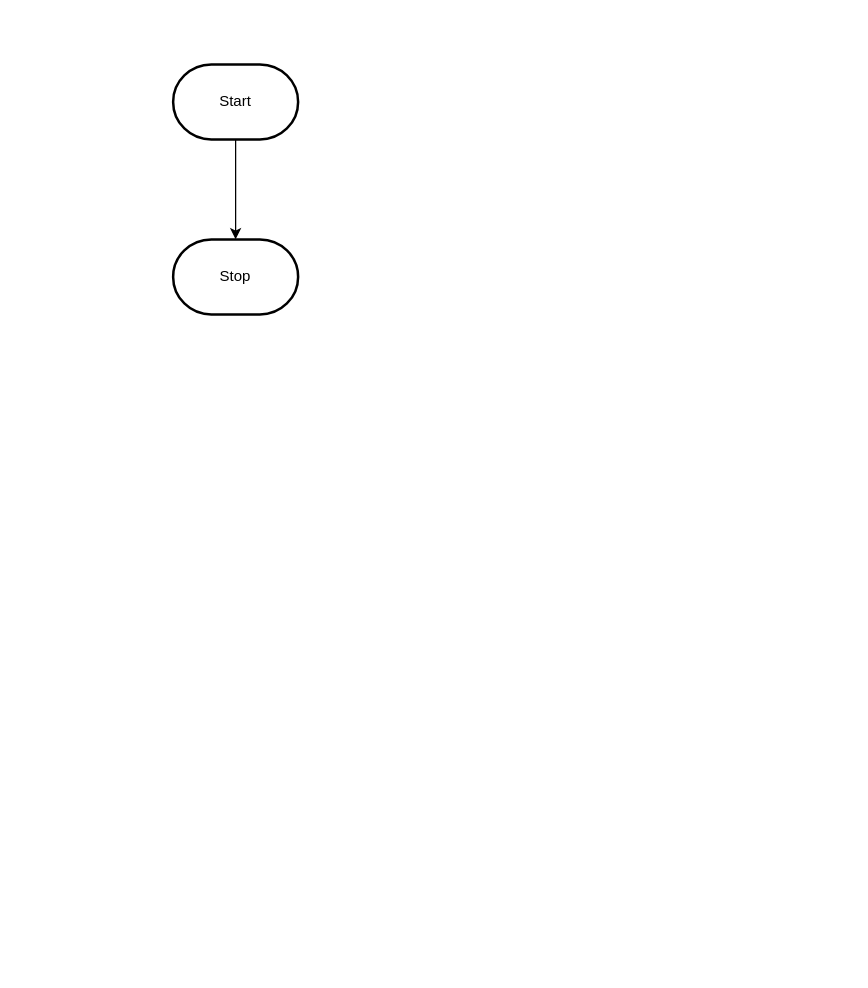
Before: design/flowchart.drawio in MTHS-TEJ2O-1-2023/TEJ2O-Unit-2-11-Ernest-Choy, a draw.io diagram. Source tidied: cells renumbered, new cells numbered last; positions are measured from the earlier drawing's top-left corner, leaving out a move shared by most shapes. Both pictures are drawn from the tidied source at 125%, with x=0, y=0 at pixel (172, 64).
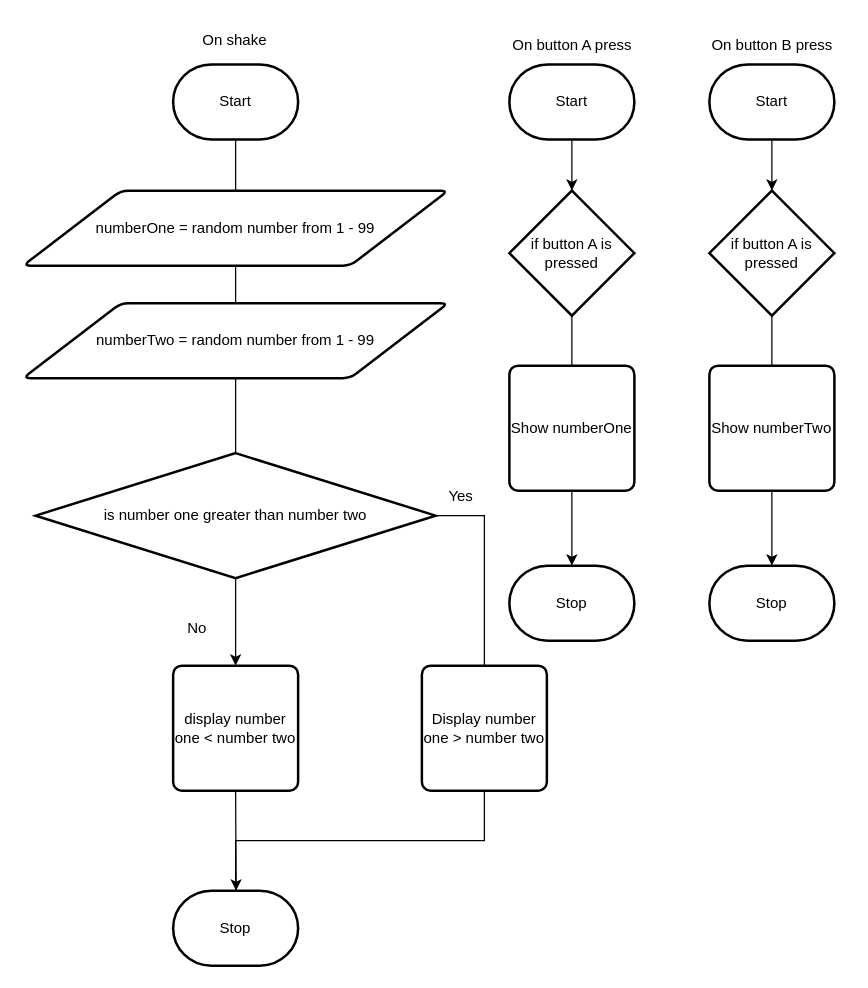
The same page after the edit.

The change refers to these unchanged cells:
```xml
<mxCell id="3" value="Start" style="strokeWidth=2;html=1;shape=mxgraph.flowchart.terminator;whiteSpace=wrap;" parent="1" vertex="1">
  <mxGeometry width="100" height="60" as="geometry" />
</mxCell>
```

The edit, as a diff of the source:
```diff
@@
-    <mxCell id="2" style="edgeStyle=orthogonalEdgeStyle;html=1;rounded=0;" parent="1" edge="1" source="3" target="4">
-      <mxGeometry relative="1" as="geometry" />
-    </mxCell>
@@
     <mxCell id="4" value="Stop" style="strokeWidth=2;html=1;shape=mxgraph.flowchart.terminator;whiteSpace=wrap;" parent="1" vertex="1">
-      <mxGeometry y="140" width="100" height="60" as="geometry" />
+      <mxGeometry y="661" width="100" height="60" as="geometry" />
     </mxCell>
+    <mxCell id="5" style="edgeStyle=orthogonalEdgeStyle;html=1;rounded=0;endArrow=none;" parent="1" edge="1" source="3" target="6">
+      <mxGeometry relative="1" as="geometry" />
+    </mxCell>
+    <mxCell id="6" value="numberOne = random number from 1 - 99" style="shape=parallelogram;html=1;strokeWidth=2;perimeter=parallelogramPerimeter;whiteSpace=wrap;rounded=1;arcSize=12;size=0.23;" parent="1" vertex="1">
+      <mxGeometry x="-120" y="101" width="340" height="60" as="geometry" />
+    </mxCell>
+    <mxCell id="7" style="edgeStyle=orthogonalEdgeStyle;html=1;rounded=0;startArrow=none;endArrow=none;" parent="1" edge="1" source="6" target="8">
+      <mxGeometry relative="1" as="geometry" />
+    </mxCell>
+    <mxCell id="8" value="numberTwo = random number from 1 - 99" style="shape=parallelogram;html=1;strokeWidth=2;perimeter=parallelogramPerimeter;whiteSpace=wrap;rounded=1;arcSize=12;size=0.23;" parent="1" vertex="1">
+      <mxGeometry x="-120" y="191" width="340" height="60" as="geometry" />
+    </mxCell>
+    <mxCell id="9" style="edgeStyle=orthogonalEdgeStyle;html=1;rounded=0;startArrow=none;endArrow=none;" parent="1" edge="1" source="8" target="11">
+      <mxGeometry relative="1" as="geometry" />
+    </mxCell>
+    <mxCell id="10" style="edgeStyle=none;html=1;exitX=0.5;exitY=1;exitDx=0;exitDy=0;exitPerimeter=0;entryX=0.5;entryY=0;entryDx=0;entryDy=0;" parent="1" edge="1" source="11" target="19">
+      <mxGeometry relative="1" as="geometry" />
+    </mxCell>
+    <mxCell id="11" value="is number one greater than number two" style="strokeWidth=2;html=1;shape=mxgraph.flowchart.decision;whiteSpace=wrap;" parent="1" vertex="1">
+      <mxGeometry x="-110" y="311" width="320" height="100" as="geometry" />
+    </mxCell>
+    <mxCell id="12" style="edgeStyle=none;html=1;exitX=0.5;exitY=1;exitDx=0;exitDy=0;exitPerimeter=0;entryX=0.5;entryY=0;entryDx=0;entryDy=0;entryPerimeter=0;" parent="1" edge="1" source="13" target="14">
+      <mxGeometry relative="1" as="geometry" />
+    </mxCell>
+    <mxCell id="13" value="Start" style="strokeWidth=2;html=1;shape=mxgraph.flowchart.terminator;whiteSpace=wrap;" parent="1" vertex="1">
+      <mxGeometry x="269" width="100" height="60" as="geometry" />
+    </mxCell>
+    <mxCell id="14" value="if button A is pressed" style="strokeWidth=2;html=1;shape=mxgraph.flowchart.decision;whiteSpace=wrap;" parent="1" vertex="1">
+      <mxGeometry x="269" y="101" width="100" height="100" as="geometry" />
+    </mxCell>
+    <mxCell id="15" style="edgeStyle=orthogonalEdgeStyle;html=1;rounded=0;startArrow=none;endArrow=none;" parent="1" edge="1" source="14">
+      <mxGeometry relative="1" as="geometry">
+        <mxPoint x="319" y="241" as="targetPoint" />
+      </mxGeometry>
+    </mxCell>
+    <mxCell id="16" style="edgeStyle=none;html=1;exitX=0.5;exitY=1;exitDx=0;exitDy=0;entryX=0.5;entryY=0;entryDx=0;entryDy=0;entryPerimeter=0;" parent="1" edge="1" source="17" target="34">
+      <mxGeometry relative="1" as="geometry" />
+    </mxCell>
+    <mxCell id="17" value="Show numberOne" style="rounded=1;whiteSpace=wrap;html=1;absoluteArcSize=1;arcSize=14;strokeWidth=2;" parent="1" vertex="1">
+      <mxGeometry x="269" y="241" width="100" height="100" as="geometry" />
+    </mxCell>
+    <mxCell id="18" style="edgeStyle=none;html=1;exitX=0.5;exitY=1;exitDx=0;exitDy=0;" parent="1" edge="1" source="19">
+      <mxGeometry relative="1" as="geometry">
+        <mxPoint x="50.4" y="661" as="targetPoint" />
+      </mxGeometry>
+    </mxCell>
+    <mxCell id="19" value="display number one &amp;lt; number two" style="rounded=1;whiteSpace=wrap;html=1;absoluteArcSize=1;arcSize=14;strokeWidth=2;" parent="1" vertex="1">
+      <mxGeometry y="481" width="100" height="100" as="geometry" />
+    </mxCell>
+    <mxCell id="20" value="Display number one &amp;gt; number two" style="rounded=1;whiteSpace=wrap;html=1;absoluteArcSize=1;arcSize=14;strokeWidth=2;" parent="1" vertex="1">
+      <mxGeometry x="199" y="481" width="100" height="100" as="geometry" />
+    </mxCell>
+    <mxCell id="21" style="edgeStyle=orthogonalEdgeStyle;html=1;rounded=0;startArrow=none;endArrow=none;entryX=1;entryY=0.5;entryDx=0;entryDy=0;entryPerimeter=0;exitX=0.5;exitY=0;exitDx=0;exitDy=0;" parent="1" edge="1" source="20" target="11">
+      <mxGeometry relative="1" as="geometry" />
+    </mxCell>
+    <mxCell id="22" value="Yes" style="text;html=1;align=center;verticalAlign=middle;strokeColor=none;fillColor=none;" parent="1" vertex="1">
+      <mxGeometry x="210" y="331" width="40" height="30" as="geometry" />
+    </mxCell>
+    <mxCell id="23" value="No" style="text;html=1;align=center;verticalAlign=middle;strokeColor=none;fillColor=none;" parent="1" vertex="1">
+      <mxGeometry x="-1" y="436" width="40" height="30" as="geometry" />
+    </mxCell>
+    <mxCell id="24" value="On shake" style="text;html=1;align=center;verticalAlign=middle;strokeColor=none;fillColor=none;" parent="1" vertex="1">
+      <mxGeometry x="14" y="-34" width="70" height="30" as="geometry" />
+    </mxCell>
+    <mxCell id="25" value="On button A press" style="text;html=1;align=center;verticalAlign=middle;strokeColor=none;fillColor=none;" parent="1" vertex="1">
+      <mxGeometry x="259" y="-30" width="120" height="30" as="geometry" />
+    </mxCell>
+    <mxCell id="26" style="edgeStyle=orthogonalEdgeStyle;html=1;rounded=0;startArrow=none;endArrow=none;entryX=0.5;entryY=1;entryDx=0;entryDy=0;exitX=0.5;exitY=0;exitDx=0;exitDy=0;exitPerimeter=0;" parent="1" edge="1" source="4" target="20">
+      <mxGeometry relative="1" as="geometry" />
+    </mxCell>
+    <mxCell id="27" style="edgeStyle=none;html=1;exitX=0.5;exitY=1;exitDx=0;exitDy=0;exitPerimeter=0;entryX=0.5;entryY=0;entryDx=0;entryDy=0;entryPerimeter=0;" parent="1" edge="1" source="28" target="29">
+      <mxGeometry relative="1" as="geometry" />
+    </mxCell>
+    <mxCell id="28" value="Start" style="strokeWidth=2;html=1;shape=mxgraph.flowchart.terminator;whiteSpace=wrap;" parent="1" vertex="1">
+      <mxGeometry x="429" width="100" height="60" as="geometry" />
+    </mxCell>
+    <mxCell id="29" value="if button A is pressed" style="strokeWidth=2;html=1;shape=mxgraph.flowchart.decision;whiteSpace=wrap;" parent="1" vertex="1">
+      <mxGeometry x="429" y="101" width="100" height="100" as="geometry" />
+    </mxCell>
+    <mxCell id="30" style="edgeStyle=orthogonalEdgeStyle;html=1;rounded=0;startArrow=none;endArrow=none;" parent="1" edge="1" source="29">
+      <mxGeometry relative="1" as="geometry">
+        <mxPoint x="479" y="241" as="targetPoint" />
+      </mxGeometry>
+    </mxCell>
+    <mxCell id="31" style="edgeStyle=none;html=1;exitX=0.5;exitY=1;exitDx=0;exitDy=0;entryX=0.5;entryY=0;entryDx=0;entryDy=0;entryPerimeter=0;" parent="1" edge="1" source="32" target="35">
+      <mxGeometry relative="1" as="geometry" />
+    </mxCell>
+    <mxCell id="32" value="Show numberTwo" style="rounded=1;whiteSpace=wrap;html=1;absoluteArcSize=1;arcSize=14;strokeWidth=2;" parent="1" vertex="1">
+      <mxGeometry x="429" y="241" width="100" height="100" as="geometry" />
+    </mxCell>
+    <mxCell id="33" value="On button B press" style="text;html=1;align=center;verticalAlign=middle;strokeColor=none;fillColor=none;" parent="1" vertex="1">
+      <mxGeometry x="419" y="-30" width="120" height="30" as="geometry" />
+    </mxCell>
+    <mxCell id="34" value="Stop" style="strokeWidth=2;html=1;shape=mxgraph.flowchart.terminator;whiteSpace=wrap;" parent="1" vertex="1">
+      <mxGeometry x="269" y="401" width="100" height="60" as="geometry" />
+    </mxCell>
+    <mxCell id="35" value="Stop" style="strokeWidth=2;html=1;shape=mxgraph.flowchart.terminator;whiteSpace=wrap;" parent="1" vertex="1">
+      <mxGeometry x="429" y="401" width="100" height="60" as="geometry" />
+    </mxCell>
```
